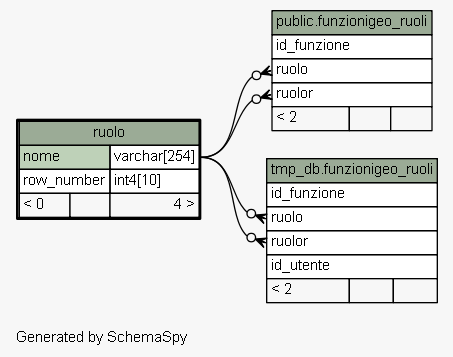
Earlier version of the Graphviz export databaseSchemaInterattivo/vocabolari/diagrams/ruolo.1degree.png (MaurizioRicci/beniInLunigianaServer). Its source is kept beside it as databaseSchemaInterattivo/vocabolari/diagrams/ruolo.1degree.dot. The source it was exported from:
```dot
digraph "oneDegreeRelationshipsDiagram" {
  graph [
    rankdir="RL"
    bgcolor="#f7f7f7"
    label="\nGenerated by SchemaSpy"
    labeljust="l"
    nodesep="0.18"
    ranksep="0.46"
    fontname="Helvetica"
    fontsize="11"
  ];
  node [
    fontname="Helvetica"
    fontsize="11"
    shape="plaintext"
  ];
  edge [
    arrowsize="0.8"
  ];
  "public.funzionigeo_ruoli":"ruolo":w -> "ruolo":"nome.type":e [arrowhead=none dir=back arrowtail=crowodot];
  "public.funzionigeo_ruoli":"ruolor":w -> "ruolo":"nome.type":e [arrowhead=none dir=back arrowtail=crowodot];
  "tmp_db.funzionigeo_ruoli":"ruolo":w -> "ruolo":"nome.type":e [arrowhead=none dir=back arrowtail=crowodot];
  "tmp_db.funzionigeo_ruoli":"ruolor":w -> "ruolo":"nome.type":e [arrowhead=none dir=back arrowtail=crowodot];
  "public.funzionigeo_ruoli" [
    label=<
    <TABLE BORDER="0" CELLBORDER="1" CELLSPACING="0" BGCOLOR="#ffffff">
      <TR><TD COLSPAN="3" BGCOLOR="#9bab96" ALIGN="CENTER">public.funzionigeo_ruoli</TD></TR>
      <TR><TD PORT="id_funzione" COLSPAN="3" ALIGN="LEFT">id_funzione</TD></TR>
      <TR><TD PORT="ruolo" COLSPAN="3" ALIGN="LEFT">ruolo</TD></TR>
      <TR><TD PORT="ruolor" COLSPAN="3" ALIGN="LEFT">ruolor</TD></TR>
      <TR><TD ALIGN="LEFT" BGCOLOR="#f7f7f7">&lt; 2</TD><TD ALIGN="RIGHT" BGCOLOR="#f7f7f7">  </TD><TD ALIGN="RIGHT" BGCOLOR="#f7f7f7">  </TD></TR>
    </TABLE>>
    URL="../../public/tables/funzionigeo_ruoli.html"
    tooltip="public.funzionigeo_ruoli"
  ];
  "tmp_db.funzionigeo_ruoli" [
    label=<
    <TABLE BORDER="0" CELLBORDER="1" CELLSPACING="0" BGCOLOR="#ffffff">
      <TR><TD COLSPAN="3" BGCOLOR="#9bab96" ALIGN="CENTER">tmp_db.funzionigeo_ruoli</TD></TR>
      <TR><TD PORT="id_funzione" COLSPAN="3" ALIGN="LEFT">id_funzione</TD></TR>
      <TR><TD PORT="ruolo" COLSPAN="3" ALIGN="LEFT">ruolo</TD></TR>
      <TR><TD PORT="ruolor" COLSPAN="3" ALIGN="LEFT">ruolor</TD></TR>
      <TR><TD PORT="id_utente" COLSPAN="3" ALIGN="LEFT">id_utente</TD></TR>
      <TR><TD ALIGN="LEFT" BGCOLOR="#f7f7f7">&lt; 2</TD><TD ALIGN="RIGHT" BGCOLOR="#f7f7f7">  </TD><TD ALIGN="RIGHT" BGCOLOR="#f7f7f7">  </TD></TR>
    </TABLE>>
    URL="../../tmp_db/tables/funzionigeo_ruoli.html"
    tooltip="tmp_db.funzionigeo_ruoli"
  ];
  "ruolo" [
    label=<
    <TABLE BORDER="2" CELLBORDER="1" CELLSPACING="0" BGCOLOR="#ffffff">
      <TR><TD COLSPAN="3" BGCOLOR="#9bab96" ALIGN="CENTER">ruolo</TD></TR>
      <TR><TD PORT="nome" COLSPAN="2" BGCOLOR="#bed1b8" ALIGN="LEFT">nome</TD><TD PORT="nome.type" ALIGN="LEFT">varchar[254]</TD></TR>
      <TR><TD PORT="row_number" COLSPAN="2" ALIGN="LEFT">row_number</TD><TD PORT="row_number.type" ALIGN="LEFT">int4[10]</TD></TR>
      <TR><TD ALIGN="LEFT" BGCOLOR="#f7f7f7">&lt; 0</TD><TD ALIGN="RIGHT" BGCOLOR="#f7f7f7">  </TD><TD ALIGN="RIGHT" BGCOLOR="#f7f7f7">4 &gt;</TD></TR>
    </TABLE>>
    URL="ruolo.html"
    tooltip="ruolo"
  ];
}
```
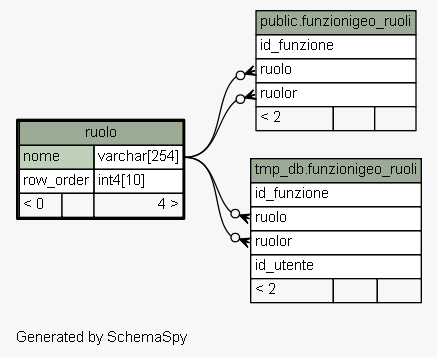
Above is the later version.

Diff of the diagram source:
```diff
@@ -51,7 +51,7 @@
     <TABLE BORDER="2" CELLBORDER="1" CELLSPACING="0" BGCOLOR="#ffffff">
       <TR><TD COLSPAN="3" BGCOLOR="#9bab96" ALIGN="CENTER">ruolo</TD></TR>
       <TR><TD PORT="nome" COLSPAN="2" BGCOLOR="#bed1b8" ALIGN="LEFT">nome</TD><TD PORT="nome.type" ALIGN="LEFT">varchar[254]</TD></TR>
-      <TR><TD PORT="row_number" COLSPAN="2" ALIGN="LEFT">row_number</TD><TD PORT="row_number.type" ALIGN="LEFT">int4[10]</TD></TR>
+      <TR><TD PORT="row_order" COLSPAN="2" ALIGN="LEFT">row_order</TD><TD PORT="row_order.type" ALIGN="LEFT">int4[10]</TD></TR>
       <TR><TD ALIGN="LEFT" BGCOLOR="#f7f7f7">&lt; 0</TD><TD ALIGN="RIGHT" BGCOLOR="#f7f7f7">  </TD><TD ALIGN="RIGHT" BGCOLOR="#f7f7f7">4 &gt;</TD></TR>
     </TABLE>>
     URL="ruolo.html"
```
